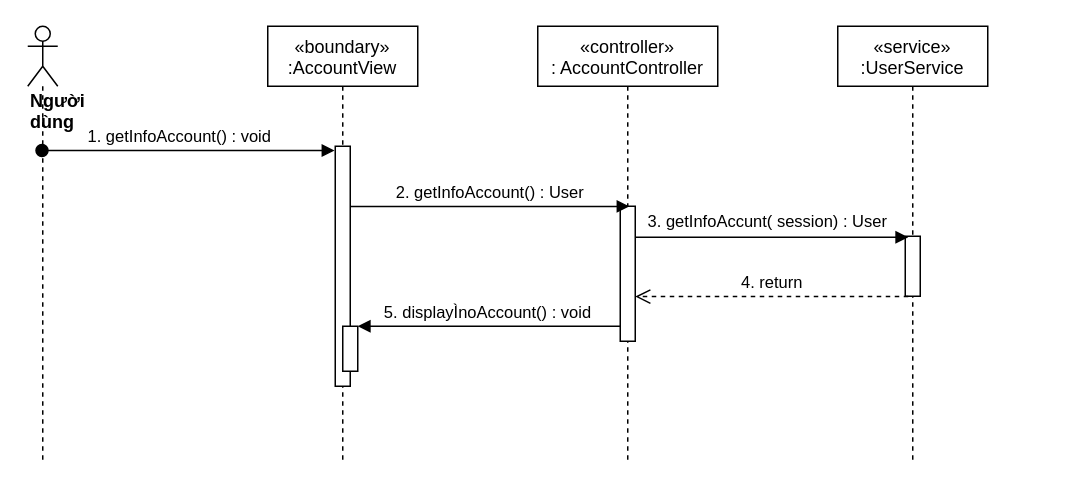
This is sequence diagram/getMyInfo-sequence.drawio from nguyenphamvan/datn_20202, a draw.io file, before an edit. Source tidied: cells renumbered, new cells numbered last; positions are measured from the earlier drawing's top-left corner, leaving out a move shared by most shapes. Both pictures are drawn from the tidied source at 150%, with x=0, y=0 at pixel (27, 26).
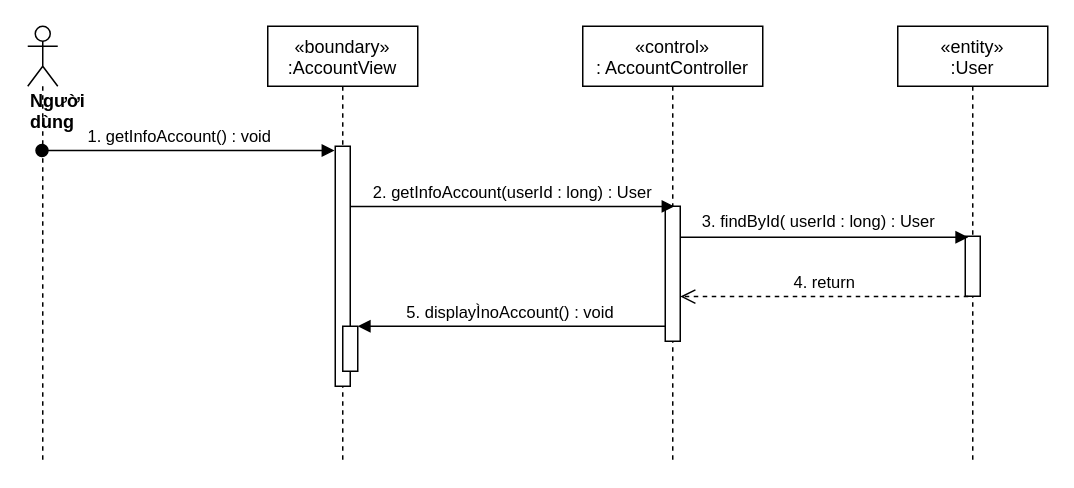
Above is the later version.

Change to the diagram source:
```diff
@@
 <mxGraphModel>
   <root>
     <mxCell id="0" />
     <mxCell id="1" parent="0" />
     <mxCell id="2" value="«boundary»&#10;:AccountView" style="shape=umlLifeline;perimeter=lifelinePerimeter;rounded=0;shadow=0;strokeWidth=1;" parent="1" vertex="1">
       <mxGeometry x="160" width="100" height="290" as="geometry" />
     </mxCell>
     <mxCell id="3" style="points=[];perimeter=orthogonalPerimeter;rounded=0;shadow=0;strokeWidth=1;" parent="2" vertex="1">
       <mxGeometry x="45" y="80" width="10" height="160" as="geometry" />
     </mxCell>
-    <mxCell id="4" value="«controller»&#10;: AccountController" style="shape=umlLifeline;perimeter=lifelinePerimeter;rounded=0;shadow=0;strokeWidth=1;" parent="1" vertex="1">
-      <mxGeometry x="340" width="120" height="290" as="geometry" />
+    <mxCell id="4" value="«control»&#10;: AccountController" style="shape=umlLifeline;perimeter=lifelinePerimeter;rounded=0;shadow=0;strokeWidth=1;" parent="1" vertex="1">
+      <mxGeometry x="370" width="120" height="290" as="geometry" />
     </mxCell>
     <mxCell id="5" style="points=[];perimeter=orthogonalPerimeter;rounded=0;shadow=0;strokeWidth=1;" parent="4" vertex="1">
       <mxGeometry x="55" y="120" width="10" height="90" as="geometry" />
     </mxCell>
     <mxCell id="6" value="&lt;div&gt;&lt;b&gt;Người dùng&lt;/b&gt;&lt;/div&gt;" style="shape=umlLifeline;participant=umlActor;perimeter=lifelinePerimeter;whiteSpace=wrap;html=1;verticalAlign=top;spacingTop=36;outlineConnect=0;align=left;" parent="1" vertex="1">
       <mxGeometry width="20" height="290" as="geometry" />
     </mxCell>
     <mxCell id="7" value="1. getInfoAccount() : void" style="verticalAlign=bottom;startArrow=oval;endArrow=block;startSize=8;shadow=0;strokeWidth=1;entryX=-0.05;entryY=0.018;entryDx=0;entryDy=0;entryPerimeter=0;" parent="1" edge="1" source="6" target="3">
       <mxGeometry x="-0.06" relative="1" as="geometry" />
     </mxCell>
-    <mxCell id="8" value="«service»&#10;:UserService" style="shape=umlLifeline;perimeter=lifelinePerimeter;rounded=0;shadow=0;strokeWidth=1;" parent="1" vertex="1">
-      <mxGeometry x="540" width="100" height="290" as="geometry" />
+    <mxCell id="8" value="«entity»&#10;:User" style="shape=umlLifeline;perimeter=lifelinePerimeter;rounded=0;shadow=0;strokeWidth=1;" parent="1" vertex="1">
+      <mxGeometry x="580" width="100" height="290" as="geometry" />
     </mxCell>
     <mxCell id="9" style="points=[];perimeter=orthogonalPerimeter;rounded=0;shadow=0;strokeWidth=1;" parent="8" vertex="1">
       <mxGeometry x="45" y="140" width="10" height="40" as="geometry" />
     </mxCell>
-    <mxCell id="10" value="2. getInfoAccount() : User" style="html=1;verticalAlign=bottom;endArrow=block;entryX=0.617;entryY=0.001;entryDx=0;entryDy=0;entryPerimeter=0;" parent="1" edge="1" source="3" target="5">
+    <mxCell id="10" value="2. getInfoAccount(userId : long) : User" style="html=1;verticalAlign=bottom;endArrow=block;entryX=0.617;entryY=0.001;entryDx=0;entryDy=0;entryPerimeter=0;" parent="1" edge="1" source="3" target="5">
       <mxGeometry relative="1" as="geometry" />
     </mxCell>
     <mxCell id="11" style="html=1;verticalAlign=bottom;endArrow=block;entryX=0.2;entryY=0.017;entryDx=0;entryDy=0;entryPerimeter=0;" parent="1" edge="1" source="5" target="9">
       <mxGeometry relative="1" as="geometry" />
     </mxCell>
-    <mxCell id="12" value="3. getInfoAccunt( session) : User" style="edgeLabel;html=1;align=center;verticalAlign=middle;" parent="11" vertex="1">
+    <mxCell id="12" value="3. findById( userId : long) : User" style="edgeLabel;html=1;align=center;verticalAlign=middle;" parent="11" vertex="1">
       <mxGeometry x="-0.08" y="4" relative="1" as="geometry">
         <mxPoint x="3" y="-7" as="offset" />
       </mxGeometry>
     </mxCell>
     <mxCell id="13" value="4. return" style="html=1;verticalAlign=bottom;endArrow=open;dashed=1;endSize=8;exitX=0.2;exitY=1.006;exitDx=0;exitDy=0;exitPerimeter=0;" parent="1" edge="1" source="9" target="5">
       <mxGeometry relative="1" as="geometry" />
     </mxCell>
     <mxCell id="14" value="5. displayÌnoAccount() : void" style="verticalAlign=bottom;endArrow=block;shadow=0;strokeWidth=1;" parent="1" edge="1" source="5" target="15">
       <mxGeometry relative="1" as="geometry" />
     </mxCell>
     <mxCell id="15" style="html=1;points=[];perimeter=orthogonalPerimeter;" parent="1" vertex="1">
       <mxGeometry x="210" y="200" width="10" height="30" as="geometry" />
     </mxCell>
   </root>
 </mxGraphModel>
```
